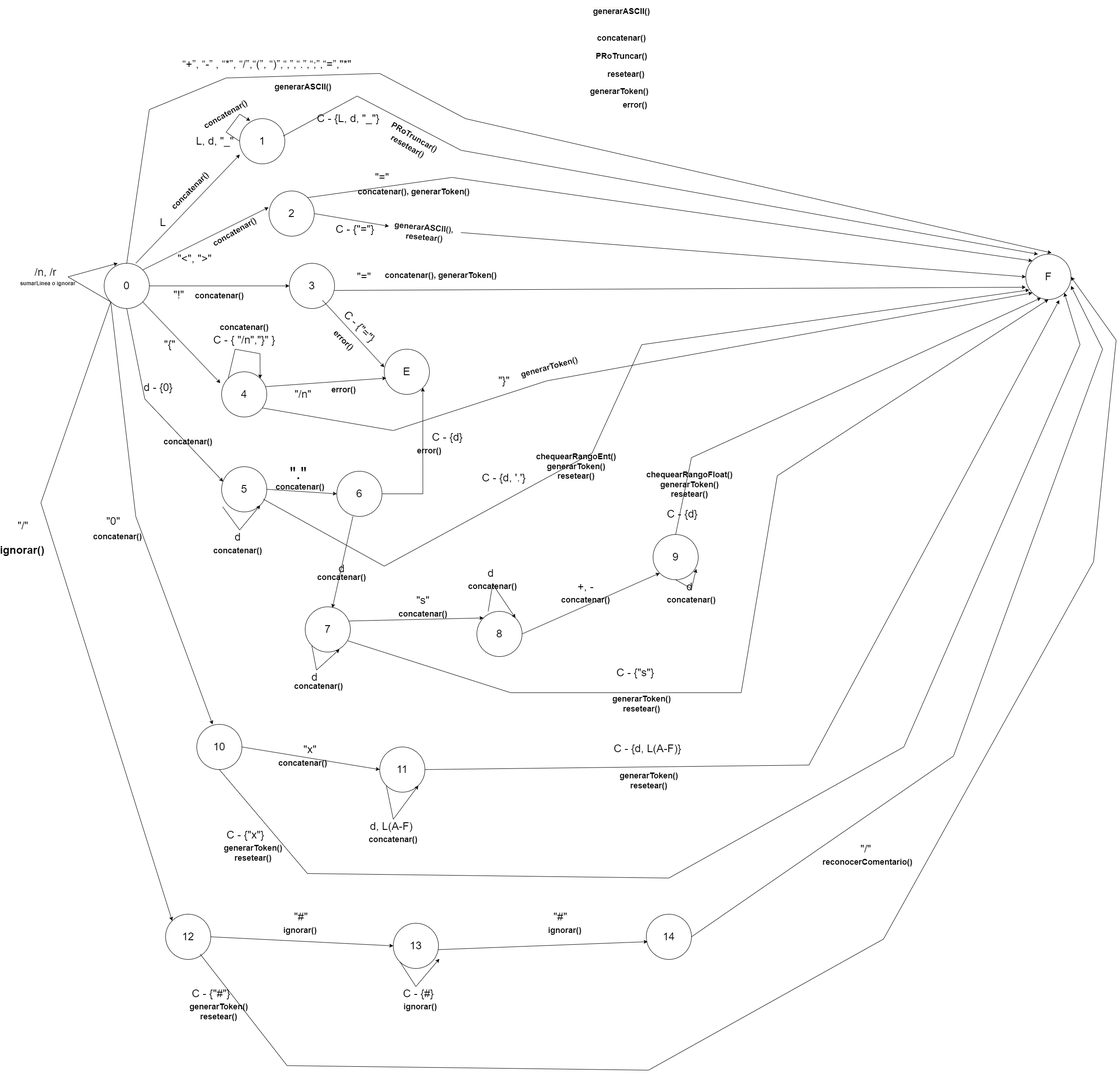
mateorodon/Compiladores-G19 keeps this draw.io diagram as Compiladores-G19/automata.png.png. Above is the earlier version. Source tidied: cells renumbered, new cells last; positions are measured from the earlier drawing's top-left corner, leaving out a move shared by most shapes.
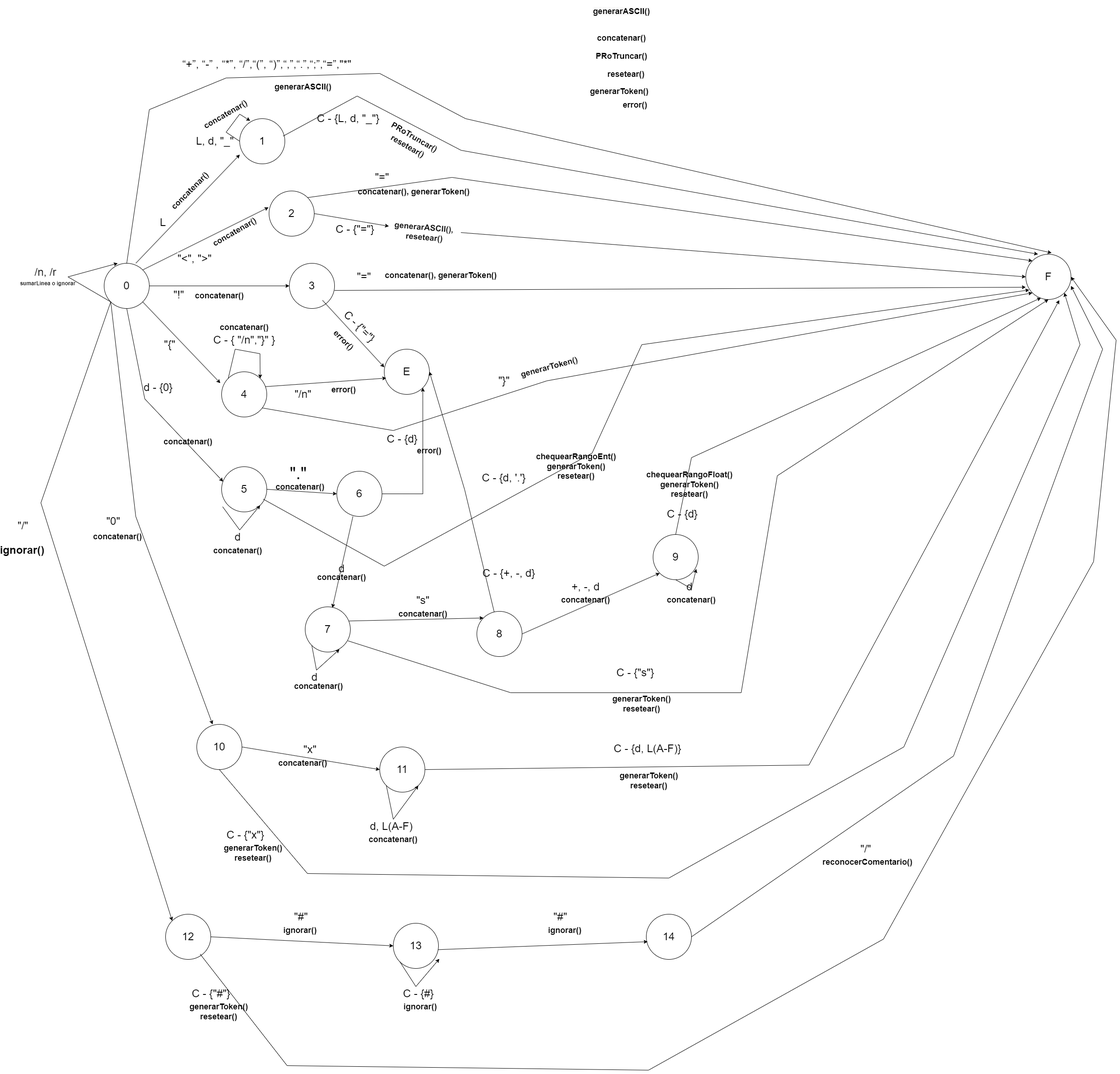
Later version of the same file.

What changed in the source:
```diff
@@ -1,4 +1,4 @@
-<mxGraphModel>
+<mxGraphModel background="#FFFFFF">
   <root>
     <mxCell id="0" />
     <mxCell id="1" parent="0" />
@@ -262,7 +262,7 @@
       <mxGeometry x="1477" y="1055" width="60" height="30" as="geometry" />
     </mxCell>
     <mxCell id="70" value="&lt;font style=&quot;font-size: 24px;&quot;&gt;C - {d}&lt;/font&gt;" style="text;html=1;align=center;verticalAlign=middle;whiteSpace=wrap;rounded=0;" parent="1" vertex="1">
-      <mxGeometry x="911" y="950" width="120" height="30" as="geometry" />
+      <mxGeometry x="811" y="954" width="120" height="30" as="geometry" />
     </mxCell>
     <mxCell id="71" value="&lt;b style=&quot;&quot;&gt;&lt;font style=&quot;font-size: 18px;&quot;&gt;error()&lt;/font&gt;&lt;/b&gt;" style="text;html=1;align=center;verticalAlign=middle;whiteSpace=wrap;rounded=0;" parent="1" vertex="1">
       <mxGeometry x="901" y="980" width="60" height="30" as="geometry" />
@@ -310,21 +310,10 @@
     <mxCell id="82" value="&lt;font style=&quot;font-size: 24px;&quot;&gt;C - {&quot;s&quot;}&lt;/font&gt;" style="text;html=1;align=center;verticalAlign=middle;whiteSpace=wrap;rounded=0;" parent="1" vertex="1">
       <mxGeometry x="1327" y="1471" width="120" height="30" as="geometry" />
     </mxCell>
-    <mxCell id="83" style="endArrow=classic;html=1;rounded=0;entryX=1;entryY=0;entryDx=0;entryDy=0;" parent="1" edge="1" target="73">
-      <mxGeometry relative="1" as="geometry">
-        <mxPoint x="1061" y="1350" as="sourcePoint" />
-        <Array as="points">
-          <mxPoint x="1071" y="1290" />
-        </Array>
-      </mxGeometry>
-    </mxCell>
-    <mxCell id="84" value="&lt;font style=&quot;font-size: 24px;&quot;&gt;d&lt;/font&gt;" style="text;html=1;align=center;verticalAlign=middle;whiteSpace=wrap;rounded=0;" parent="1" vertex="1">
-      <mxGeometry x="1007" y="1251" width="120" height="30" as="geometry" />
-    </mxCell>
     <mxCell id="85" style="endArrow=classic;html=1;rounded=0;exitX=1;exitY=0.5;exitDx=0;exitDy=0;entryX=0;entryY=1;entryDx=0;entryDy=0;" parent="1" edge="1" source="73" target="74">
       <mxGeometry relative="1" as="geometry" />
     </mxCell>
-    <mxCell id="86" value="&lt;font style=&quot;font-size: 24px;&quot;&gt;+, -&lt;/font&gt;" style="text;html=1;align=center;verticalAlign=middle;whiteSpace=wrap;rounded=0;" parent="1" vertex="1">
+    <mxCell id="86" value="&lt;font style=&quot;font-size: 24px;&quot;&gt;+, -, d&lt;/font&gt;" style="text;html=1;align=center;verticalAlign=middle;whiteSpace=wrap;rounded=0;" parent="1" vertex="1">
       <mxGeometry x="1217" y="1281" width="120" height="30" as="geometry" />
     </mxCell>
     <mxCell id="87" style="endArrow=classic;html=1;rounded=0;exitX=0.5;exitY=1;exitDx=0;exitDy=0;entryX=0.956;entryY=0.762;entryDx=0;entryDy=0;entryPerimeter=0;" parent="1" edge="1" source="74" target="74">
@@ -518,9 +507,6 @@
     <mxCell id="134" value="&lt;font size=&quot;1&quot; style=&quot;&quot;&gt;&lt;b style=&quot;font-size: 18px;&quot;&gt;concatenar()&lt;/b&gt;&lt;/font&gt;" style="text;html=1;align=center;verticalAlign=middle;whiteSpace=wrap;rounded=0;" parent="1" vertex="1">
       <mxGeometry x="1247" y="1310" width="60" height="30" as="geometry" />
     </mxCell>
-    <mxCell id="135" value="&lt;font size=&quot;1&quot; style=&quot;&quot;&gt;&lt;b style=&quot;font-size: 18px;&quot;&gt;concatenar()&lt;/b&gt;&lt;/font&gt;" style="text;html=1;align=center;verticalAlign=middle;whiteSpace=wrap;rounded=0;" parent="1" vertex="1">
-      <mxGeometry x="1041" y="1280" width="60" height="30" as="geometry" />
-    </mxCell>
     <mxCell id="136" value="&lt;font size=&quot;1&quot; style=&quot;&quot;&gt;&lt;b style=&quot;font-size: 18px;&quot;&gt;concatenar()&lt;/b&gt;&lt;/font&gt;" style="text;html=1;align=center;verticalAlign=middle;whiteSpace=wrap;rounded=0;" parent="1" vertex="1">
       <mxGeometry x="1481" y="1310" width="60" height="30" as="geometry" />
     </mxCell>
@@ -550,5 +536,15 @@
         </Array>
       </mxGeometry>
     </mxCell>
+    <mxCell id="143" style="endArrow=classic;html=1;rounded=0;entryX=1;entryY=0.5;entryDx=0;entryDy=0;" parent="1" edge="1" source="73" target="6">
+      <mxGeometry relative="1" as="geometry">
+        <Array as="points">
+          <mxPoint x="1009" y="1081" />
+        </Array>
+      </mxGeometry>
+    </mxCell>
+    <mxCell id="144" value="&lt;font style=&quot;font-size: 24px;&quot;&gt;C - {+, -, d}&lt;/font&gt;" style="text;html=1;align=center;verticalAlign=middle;whiteSpace=wrap;rounded=0;" parent="1" vertex="1">
+      <mxGeometry x="1047" y="1251" width="120" height="30" as="geometry" />
+    </mxCell>
   </root>
 </mxGraphModel>
```
